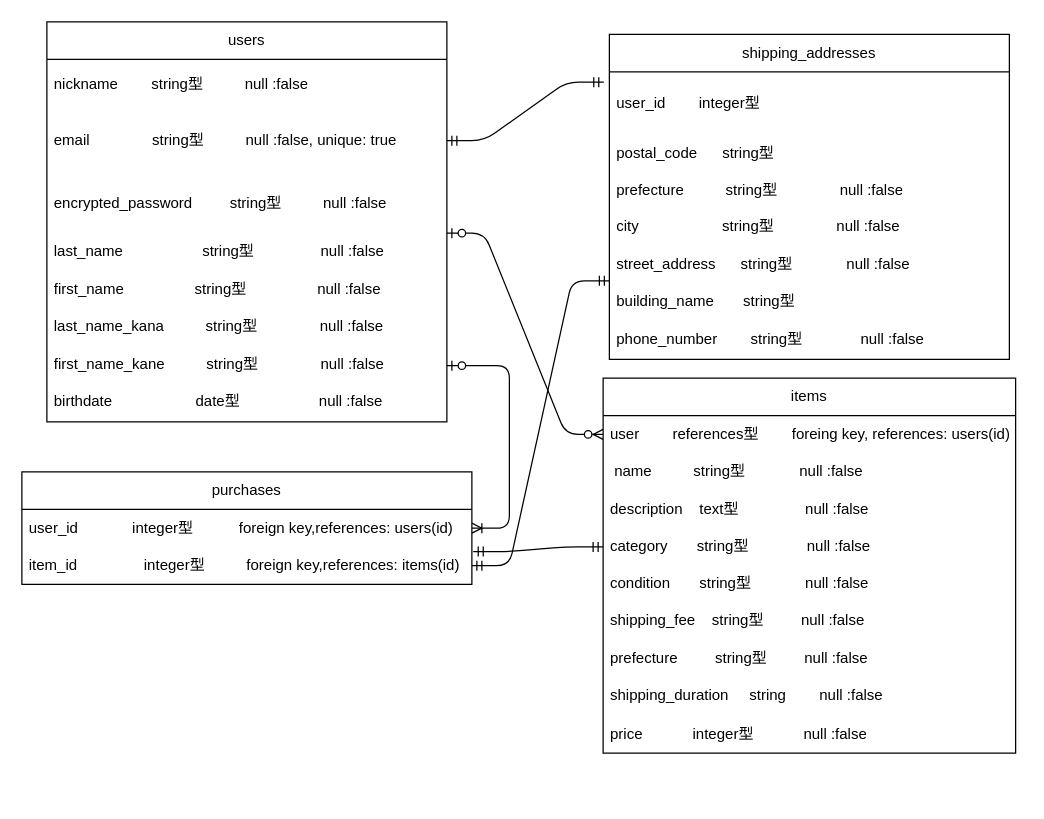
Above: page "ページ1" (1 of 2) of ed_zu.dio in aisu0392/furima-39899 (draw.io), before the change. Source tidied: cells renumbered, new cells numbered last; positions are measured from the earlier drawing's top-left corner, leaving out a move shared by most shapes. Both pictures are drawn from the tidied source at 125%, with x=0, y=0 at pixel (21, 21).
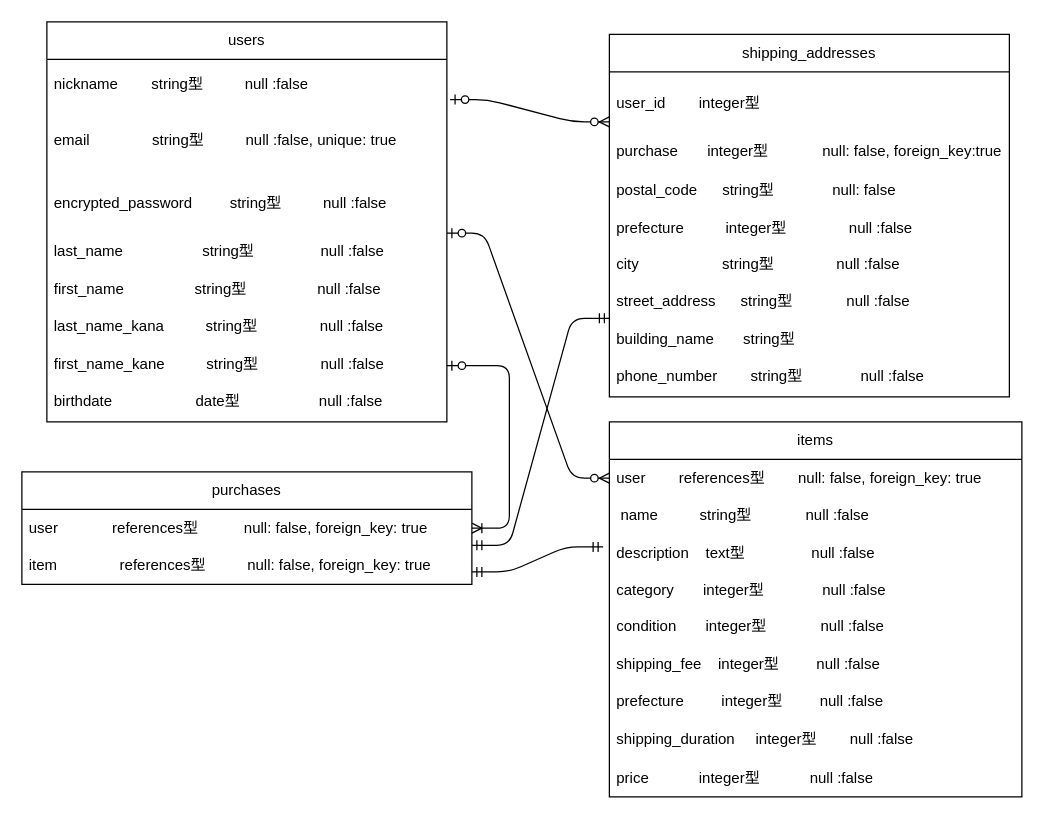
After the change.

The change refers to these unchanged cells:
```xml
<mxCell id="3" value="nickname&amp;nbsp; &amp;nbsp; &amp;nbsp; &amp;nbsp; string型&amp;nbsp; &amp;nbsp; &amp;nbsp; &amp;nbsp; &amp;nbsp; null :false" style="text;strokeColor=none;fillColor=none;align=left;verticalAlign=middle;spacingLeft=4;spacingRight=4;overflow=hidden;points=[[0,0.5],[1,0.5]];portConstraint=eastwest;whiteSpace=wrap;html=1;" parent="2" vertex="1">
  <mxGeometry y="30" width="320" height="40" as="geometry" />
</mxCell>
<mxCell id="4" value="email&amp;nbsp; &amp;nbsp; &amp;nbsp; &amp;nbsp; &amp;nbsp; &amp;nbsp; &amp;nbsp; &amp;nbsp;string型&amp;nbsp; &amp;nbsp; &amp;nbsp; &amp;nbsp; &amp;nbsp; null :false, unique: true" style="text;strokeColor=none;fillColor=none;align=left;verticalAlign=middle;spacingLeft=4;spacingRight=4;overflow=hidden;points=[[0,0.5],[1,0.5]];portConstraint=eastwest;whiteSpace=wrap;html=1;" parent="2" vertex="1">
  <mxGeometry y="70" width="320" height="50" as="geometry" />
</mxCell>
<mxCell id="21" value="purchases" style="swimlane;fontStyle=0;horizontal=1;startSize=30;whiteSpace=wrap;html=1;" parent="1" vertex="1">
  <mxGeometry y="360" width="360" height="90" as="geometry" />
</mxCell>
<mxCell id="25" value="user_id&amp;nbsp; &amp;nbsp; &amp;nbsp; &amp;nbsp; integer型&amp;nbsp; &amp;nbsp;&amp;nbsp;" style="text;strokeColor=none;fillColor=none;align=left;verticalAlign=middle;spacingLeft=4;spacingRight=4;overflow=hidden;points=[[0,0.5],[1,0.5]];portConstraint=eastwest;whiteSpace=wrap;html=1;" parent="24" vertex="1">
  <mxGeometry y="30" width="320" height="50" as="geometry" />
</mxCell>
```

Change to the diagram source:
```diff
@@
     <mxCell id="11" value="items" style="swimlane;fontStyle=0;horizontal=1;startSize=30;whiteSpace=wrap;html=1;" parent="1" vertex="1">
-      <mxGeometry x="465" y="285" width="330" height="300" as="geometry" />
+      <mxGeometry x="470" y="320" width="330" height="300" as="geometry" />
     </mxCell>
-    <mxCell id="12" value="user&amp;nbsp; &amp;nbsp; &amp;nbsp; &amp;nbsp; references型&amp;nbsp; &amp;nbsp; &amp;nbsp; &amp;nbsp; foreing key, references: users(id)" style="text;strokeColor=none;fillColor=none;align=left;verticalAlign=middle;spacingLeft=4;spacingRight=4;overflow=hidden;points=[[0,0.5],[1,0.5]];portConstraint=eastwest;whiteSpace=wrap;html=1;" parent="11" vertex="1">
+    <mxCell id="12" value="user&amp;nbsp; &amp;nbsp; &amp;nbsp; &amp;nbsp; references型&amp;nbsp; &amp;nbsp; &amp;nbsp; &amp;nbsp; null: false, foreign_key: true" style="text;strokeColor=none;fillColor=none;align=left;verticalAlign=middle;spacingLeft=4;spacingRight=4;overflow=hidden;points=[[0,0.5],[1,0.5]];portConstraint=eastwest;whiteSpace=wrap;html=1;" parent="11" vertex="1">
       <mxGeometry y="30" width="330" height="30" as="geometry" />
     </mxCell>
@@
-    <mxCell id="15" value="category&amp;nbsp; &amp;nbsp; &amp;nbsp; &amp;nbsp;string型&amp;nbsp; &amp;nbsp; &amp;nbsp; &amp;nbsp; &amp;nbsp; &amp;nbsp; &amp;nbsp; null :false" style="text;strokeColor=none;fillColor=none;align=left;verticalAlign=middle;spacingLeft=4;spacingRight=4;overflow=hidden;whiteSpace=wrap;html=1;" parent="11" vertex="1">
+    <mxCell id="15" value="category&amp;nbsp; &amp;nbsp; &amp;nbsp; &amp;nbsp;integer型&amp;nbsp; &amp;nbsp; &amp;nbsp; &amp;nbsp; &amp;nbsp; &amp;nbsp; &amp;nbsp; null :false" style="text;strokeColor=none;fillColor=none;align=left;verticalAlign=middle;spacingLeft=4;spacingRight=4;overflow=hidden;whiteSpace=wrap;html=1;" parent="11" vertex="1">
       <mxGeometry y="120" width="330" height="30" as="geometry" />
     </mxCell>
-    <mxCell id="16" value="condition       string型             null :false" style="text;strokeColor=none;fillColor=none;spacingLeft=4;spacingRight=4;overflow=hidden;fontSize=12;" parent="11" vertex="1">
+    <mxCell id="16" value="condition       integer型             null :false" style="text;strokeColor=none;fillColor=none;spacingLeft=4;spacingRight=4;overflow=hidden;fontSize=12;" parent="11" vertex="1">
       <mxGeometry y="150" width="330" height="30" as="geometry" />
     </mxCell>
-    <mxCell id="17" value="shipping_fee    string型         null :false" style="text;strokeColor=none;fillColor=none;spacingLeft=4;spacingRight=4;overflow=hidden;fontSize=12;" parent="11" vertex="1">
+    <mxCell id="17" value="shipping_fee    integer型         null :false" style="text;strokeColor=none;fillColor=none;spacingLeft=4;spacingRight=4;overflow=hidden;fontSize=12;" parent="11" vertex="1">
       <mxGeometry y="180" width="330" height="30" as="geometry" />
     </mxCell>
-    <mxCell id="18" value="prefecture         string型         null :false" style="text;strokeColor=none;fillColor=none;spacingLeft=4;spacingRight=4;overflow=hidden;fontSize=12;" parent="11" vertex="1">
+    <mxCell id="18" value="prefecture         integer型         null :false" style="text;strokeColor=none;fillColor=none;spacingLeft=4;spacingRight=4;overflow=hidden;fontSize=12;" parent="11" vertex="1">
       <mxGeometry y="210" width="330" height="30" as="geometry" />
     </mxCell>
-    <mxCell id="19" value="shipping_duration     string        null :false" style="text;strokeColor=none;fillColor=none;spacingLeft=4;spacingRight=4;overflow=hidden;fontSize=12;" parent="11" vertex="1">
+    <mxCell id="19" value="shipping_duration     integer型        null :false" style="text;strokeColor=none;fillColor=none;spacingLeft=4;spacingRight=4;overflow=hidden;fontSize=12;" parent="11" vertex="1">
       <mxGeometry y="240" width="330" height="30" as="geometry" />
     </mxCell>
@@
-    <mxCell id="22" value="user_id&amp;nbsp; &amp;nbsp; &amp;nbsp; &amp;nbsp; &amp;nbsp; &amp;nbsp; &amp;nbsp;integer型&amp;nbsp; &amp;nbsp; &amp;nbsp; &amp;nbsp; &amp;nbsp; &amp;nbsp;foreign key,references: users(id)" style="text;strokeColor=none;fillColor=none;align=left;verticalAlign=middle;spacingLeft=4;spacingRight=4;overflow=hidden;whiteSpace=wrap;html=1;" parent="21" vertex="1">
+    <mxCell id="22" value="user&amp;nbsp; &amp;nbsp; &amp;nbsp; &amp;nbsp; &amp;nbsp; &amp;nbsp; &amp;nbsp;references型&amp;nbsp; &amp;nbsp; &amp;nbsp; &amp;nbsp; &amp;nbsp; &amp;nbsp;null: false, foreign_key: true" style="text;strokeColor=none;fillColor=none;align=left;verticalAlign=middle;spacingLeft=4;spacingRight=4;overflow=hidden;whiteSpace=wrap;html=1;" parent="21" vertex="1">
       <mxGeometry y="30" width="360" height="30" as="geometry" />
     </mxCell>
-    <mxCell id="23" value="item_id&amp;nbsp; &amp;nbsp; &amp;nbsp; &amp;nbsp; &amp;nbsp; &amp;nbsp; &amp;nbsp; &amp;nbsp; integer型&amp;nbsp; &amp;nbsp; &amp;nbsp; &amp;nbsp; &amp;nbsp; foreign key,references: items(id)" style="text;strokeColor=none;fillColor=none;align=left;verticalAlign=middle;spacingLeft=4;spacingRight=4;overflow=hidden;points=[[0,0.5],[1,0.5]];portConstraint=eastwest;whiteSpace=wrap;html=1;" parent="21" vertex="1">
+    <mxCell id="23" value="item&amp;nbsp; &amp;nbsp; &amp;nbsp; &amp;nbsp; &amp;nbsp; &amp;nbsp; &amp;nbsp; &amp;nbsp;references型&amp;nbsp; &amp;nbsp; &amp;nbsp; &amp;nbsp; &amp;nbsp; null: false, foreign_key: true" style="text;strokeColor=none;fillColor=none;align=left;verticalAlign=middle;spacingLeft=4;spacingRight=4;overflow=hidden;points=[[0,0.5],[1,0.5]];portConstraint=eastwest;whiteSpace=wrap;html=1;" parent="21" vertex="1">
       <mxGeometry y="60" width="360" height="30" as="geometry" />
     </mxCell>
     <mxCell id="24" value="shipping_addresses" style="swimlane;fontStyle=0;horizontal=1;startSize=30;whiteSpace=wrap;html=1;" parent="1" vertex="1">
-      <mxGeometry x="470" y="10" width="320" height="260" as="geometry" />
+      <mxGeometry x="470" y="10" width="320" height="290" as="geometry" />
     </mxCell>
@@
+    <mxCell id="37" value="purchase       integer型             null: false, foreign_key:true" style="text;strokeColor=none;fillColor=none;spacingLeft=4;spacingRight=4;overflow=hidden;fontSize=12;" parent="24" vertex="1">
+      <mxGeometry y="80" width="320" height="30" as="geometry" />
+    </mxCell>
-    <mxCell id="26" value="postal_code&amp;nbsp; &amp;nbsp; &amp;nbsp; string型" style="text;strokeColor=none;fillColor=none;align=left;verticalAlign=middle;spacingLeft=4;spacingRight=4;overflow=hidden;whiteSpace=wrap;html=1;" parent="24" vertex="1">
-      <mxGeometry y="80" width="320" height="30" as="geometry" />
+    <mxCell id="26" value="postal_code&amp;nbsp; &amp;nbsp; &amp;nbsp; string型&amp;nbsp; &amp;nbsp; &amp;nbsp; &amp;nbsp; &amp;nbsp; &amp;nbsp; &amp;nbsp; null: false" style="text;strokeColor=none;fillColor=none;align=left;verticalAlign=middle;spacingLeft=4;spacingRight=4;overflow=hidden;whiteSpace=wrap;html=1;" parent="24" vertex="1">
+      <mxGeometry y="110" width="320" height="30" as="geometry" />
     </mxCell>
-    <mxCell id="27" value="prefecture&amp;nbsp; &amp;nbsp; &amp;nbsp; &amp;nbsp; &amp;nbsp; string型&amp;nbsp; &amp;nbsp; &amp;nbsp; &amp;nbsp; &amp;nbsp; &amp;nbsp; &amp;nbsp; &amp;nbsp;null :false" style="text;strokeColor=none;fillColor=none;align=left;verticalAlign=middle;spacingLeft=4;spacingRight=4;overflow=hidden;whiteSpace=wrap;html=1;" parent="24" vertex="1">
-      <mxGeometry y="110" width="320" height="30" as="geometry" />
+    <mxCell id="27" value="prefecture&amp;nbsp; &amp;nbsp; &amp;nbsp; &amp;nbsp; &amp;nbsp; integer型&amp;nbsp; &amp;nbsp; &amp;nbsp; &amp;nbsp; &amp;nbsp; &amp;nbsp; &amp;nbsp; &amp;nbsp;null :false" style="text;strokeColor=none;fillColor=none;align=left;verticalAlign=middle;spacingLeft=4;spacingRight=4;overflow=hidden;whiteSpace=wrap;html=1;" parent="24" vertex="1">
+      <mxGeometry y="140" width="320" height="30" as="geometry" />
     </mxCell>
     <mxCell id="28" value="city                    string型               null :false" style="text;strokeColor=none;fillColor=none;spacingLeft=4;spacingRight=4;overflow=hidden;fontSize=12;" parent="24" vertex="1">
-      <mxGeometry y="140" width="320" height="30" as="geometry" />
+      <mxGeometry y="170" width="320" height="30" as="geometry" />
     </mxCell>
     <mxCell id="29" value="street_address      string型             null :false" style="text;strokeColor=none;fillColor=none;spacingLeft=4;spacingRight=4;overflow=hidden;fontSize=12;" parent="24" vertex="1">
-      <mxGeometry y="170" width="320" height="30" as="geometry" />
+      <mxGeometry y="200" width="320" height="30" as="geometry" />
     </mxCell>
     <mxCell id="30" value="building_name       string型        " style="text;strokeColor=none;fillColor=none;spacingLeft=4;spacingRight=4;overflow=hidden;points=[[0,0.5],[1,0.5]];portConstraint=eastwest;fontSize=12;" parent="24" vertex="1">
-      <mxGeometry y="200" width="320" height="30" as="geometry" />
+      <mxGeometry y="230" width="320" height="30" as="geometry" />
     </mxCell>
     <mxCell id="31" value="phone_number        string型              null :false" style="text;strokeColor=none;fillColor=none;spacingLeft=4;spacingRight=4;overflow=hidden;fontSize=12;" parent="24" vertex="1">
-      <mxGeometry y="230" width="320" height="30" as="geometry" />
+      <mxGeometry y="260" width="320" height="30" as="geometry" />
     </mxCell>
@@
-    <mxCell id="34" style="edgeStyle=entityRelationEdgeStyle;fontSize=12;html=1;endArrow=ERmandOne;startArrow=ERmandOne;exitX=1;exitY=0.5;exitDx=0;exitDy=0;entryX=-0.014;entryY=0.164;entryDx=0;entryDy=0;entryPerimeter=0;" parent="1" edge="1" source="4" target="25">
-      <mxGeometry relative="1" as="geometry" />
-    </mxCell>
-    <mxCell id="35" style="edgeStyle=entityRelationEdgeStyle;fontSize=12;html=1;endArrow=ERmandOne;startArrow=ERmandOne;entryX=0;entryY=0.5;entryDx=0;entryDy=0;exitX=1.003;exitY=0.124;exitDx=0;exitDy=0;exitPerimeter=0;" parent="1" edge="1" source="23">
+    <mxCell id="35" style="edgeStyle=entityRelationEdgeStyle;fontSize=12;html=1;endArrow=ERmandOne;startArrow=ERmandOne;entryX=0;entryY=0.5;entryDx=0;entryDy=0;" parent="1" edge="1">
       <mxGeometry relative="1" as="geometry">
+        <mxPoint x="360" y="440" as="sourcePoint" />
         <mxPoint x="465" y="420" as="targetPoint" />
       </mxGeometry>
     </mxCell>
-    <mxCell id="36" style="edgeStyle=entityRelationEdgeStyle;fontSize=12;html=1;endArrow=ERmandOne;startArrow=ERmandOne;entryX=0;entryY=-0.095;entryDx=0;entryDy=0;entryPerimeter=0;exitX=1;exitY=0.5;exitDx=0;exitDy=0;" parent="1" edge="1" source="23" target="30">
+    <mxCell id="36" style="edgeStyle=entityRelationEdgeStyle;fontSize=12;html=1;endArrow=ERmandOne;startArrow=ERmandOne;entryX=0;entryY=-0.095;entryDx=0;entryDy=0;entryPerimeter=0;exitX=1;exitY=-0.043;exitDx=0;exitDy=0;exitPerimeter=0;" parent="1" edge="1" source="23" target="30">
       <mxGeometry relative="1" as="geometry" />
     </mxCell>
+    <mxCell id="38" style="edgeStyle=entityRelationEdgeStyle;fontSize=12;html=1;endArrow=ERzeroToMany;startArrow=ERzeroToOne;exitX=1.008;exitY=0.804;exitDx=0;exitDy=0;exitPerimeter=0;entryX=0;entryY=0.8;entryDx=0;entryDy=0;entryPerimeter=0;" parent="1" edge="1" source="3" target="25">
+      <mxGeometry relative="1" as="geometry" />
+    </mxCell>
```
